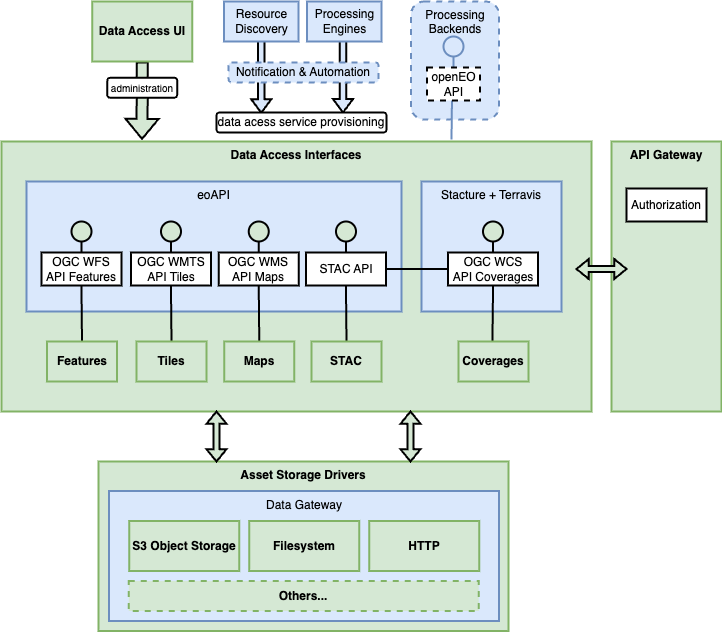
Earlier version of the draw.io export docs/diagrams/service-component-architecture.drawio.png (EOEPCA/data-access). Source tidied: cells renumbered, new cells last; positions are measured from the earlier drawing's top-left corner, leaving out a move shared by most shapes.
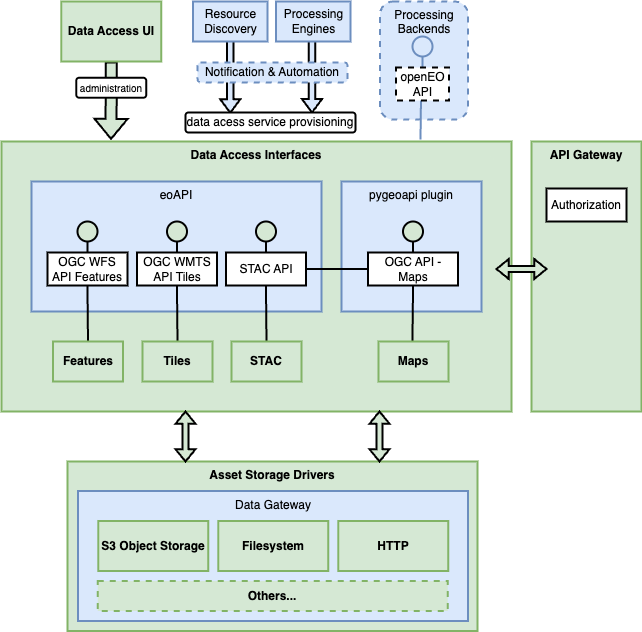
After the change.

Commit message:
Document maps plugin

Diff of the diagram source:
```diff
@@ -3,13 +3,13 @@
     <mxCell id="0" />
     <mxCell id="1" parent="0" />
     <mxCell id="2" value="Data Access Interfaces" style="rounded=0;whiteSpace=wrap;html=1;arcSize=4;verticalAlign=top;strokeWidth=2;fillColor=#d5e8d4;strokeColor=#82b366;fontStyle=1;" parent="1" vertex="1">
-      <mxGeometry y="140" width="590" height="270" as="geometry" />
+      <mxGeometry x="31" y="140" width="510" height="270" as="geometry" />
     </mxCell>
-    <mxCell id="3" value="&lt;span style=&quot;font-weight: normal;&quot;&gt;Stacture + Terravis&lt;/span&gt;" style="rounded=0;whiteSpace=wrap;html=1;fontStyle=1;strokeWidth=2;fillColor=#dae8fc;strokeColor=#6c8ebf;verticalAlign=top;" parent="1" vertex="1">
-      <mxGeometry x="420" y="180" width="140" height="130" as="geometry" />
+    <mxCell id="3" value="&lt;span style=&quot;font-weight: 400;&quot;&gt;pygeoapi plugin&lt;/span&gt;" style="rounded=0;whiteSpace=wrap;html=1;fontStyle=1;strokeWidth=2;fillColor=#dae8fc;strokeColor=#6c8ebf;verticalAlign=top;" parent="1" vertex="1">
+      <mxGeometry x="371" y="180" width="140" height="130" as="geometry" />
     </mxCell>
     <mxCell id="4" value="&lt;span style=&quot;font-weight: normal;&quot;&gt;eoAPI&lt;/span&gt;" style="rounded=0;whiteSpace=wrap;html=1;fontStyle=1;strokeWidth=2;fillColor=#dae8fc;strokeColor=#6c8ebf;verticalAlign=top;" parent="1" vertex="1">
-      <mxGeometry x="25" y="180" width="375" height="130" as="geometry" />
+      <mxGeometry x="61" y="180" width="290" height="130" as="geometry" />
     </mxCell>
     <mxCell id="5" value="Asset Storage Drivers" style="rounded=0;whiteSpace=wrap;html=1;fillColor=#d5e8d4;strokeColor=#82b366;strokeWidth=2;fontStyle=1;verticalAlign=top;" parent="1" vertex="1">
       <mxGeometry x="97" y="460" width="410" height="169.5" as="geometry" />
@@ -32,35 +32,29 @@
       <mxGeometry relative="1" as="geometry" />
     </mxCell>
     <mxCell id="11" style="ellipse;whiteSpace=wrap;html=1;strokeWidth=2;fillColor=#d5e8d4;strokeColor=#000000;" parent="1" vertex="1">
-      <mxGeometry x="70" y="220" width="20" height="20" as="geometry" />
+      <mxGeometry x="107" y="220" width="20" height="20" as="geometry" />
     </mxCell>
     <mxCell id="12" value="OGC WFS&lt;br&gt;API Features" style="rounded=0;whiteSpace=wrap;html=1;strokeWidth=2;" parent="1" vertex="1">
-      <mxGeometry x="40" y="251" width="80" height="33" as="geometry" />
+      <mxGeometry x="77" y="251" width="80" height="33" as="geometry" />
     </mxCell>
     <mxCell id="13" style="edgeStyle=orthogonalEdgeStyle;rounded=0;jettySize=auto;html=1;entryX=0.484;entryY=0.125;entryDx=0;entryDy=0;entryPerimeter=0;endArrow=none;endFill=0;strokeWidth=2;strokeColor=#000000;" parent="1" edge="1" source="14" target="32">
       <mxGeometry relative="1" as="geometry" />
     </mxCell>
     <mxCell id="14" style="ellipse;whiteSpace=wrap;html=1;strokeWidth=2;fillColor=#d5e8d4;strokeColor=#000000;" parent="1" vertex="1">
-      <mxGeometry x="481.5" y="220" width="20" height="20" as="geometry" />
+      <mxGeometry x="432.5" y="220" width="20" height="20" as="geometry" />
     </mxCell>
     <mxCell id="15" style="edgeStyle=orthogonalEdgeStyle;rounded=0;jettySize=auto;html=1;exitX=0;exitY=0.5;exitDx=0;exitDy=0;strokeWidth=2;endArrow=none;endFill=0;" parent="1" edge="1" source="16" target="45">
       <mxGeometry relative="1" as="geometry" />
     </mxCell>
-    <mxCell id="16" value="OGC WCS&lt;br&gt;API Coverages" style="rounded=0;whiteSpace=wrap;html=1;strokeWidth=2;" parent="1" vertex="1">
-      <mxGeometry x="446.5" y="251" width="90" height="33" as="geometry" />
+    <mxCell id="16" value="OGC API - Maps" style="rounded=0;whiteSpace=wrap;html=1;strokeWidth=2;" parent="1" vertex="1">
+      <mxGeometry x="397.5" y="251" width="90" height="33" as="geometry" />
     </mxCell>
     <mxCell id="17" style="edgeStyle=orthogonalEdgeStyle;rounded=0;jettySize=auto;html=1;entryX=0.5;entryY=0;entryDx=0;entryDy=0;endArrow=none;endFill=0;strokeWidth=2;strokeColor=#000000;" parent="1" edge="1" source="18" target="33">
       <mxGeometry relative="1" as="geometry" />
     </mxCell>
     <mxCell id="18" style="ellipse;whiteSpace=wrap;html=1;strokeWidth=2;fillColor=#d5e8d4;strokeColor=#000000;" parent="1" vertex="1">
-      <mxGeometry x="159.5" y="220" width="20" height="20" as="geometry" />
+      <mxGeometry x="196.5" y="220" width="20" height="20" as="geometry" />
     </mxCell>
-    <mxCell id="19" style="edgeStyle=orthogonalEdgeStyle;rounded=0;jettySize=auto;html=1;endArrow=none;endFill=0;strokeWidth=2;strokeColor=#000000;entryX=0.5;entryY=0;entryDx=0;entryDy=0;" parent="1" edge="1" source="20" target="34">
-      <mxGeometry relative="1" as="geometry" />
-    </mxCell>
-    <mxCell id="20" style="ellipse;whiteSpace=wrap;html=1;strokeWidth=2;fillColor=#d5e8d4;strokeColor=#000000;" parent="1" vertex="1">
-      <mxGeometry x="247.2" y="220" width="20" height="20" as="geometry" />
-    </mxCell>
     <mxCell id="21" value="Resource&lt;br&gt;Discovery" style="rounded=0;whiteSpace=wrap;html=1;strokeWidth=2;fillColor=#dae8fc;strokeColor=#6c8ebf;" parent="1" vertex="1">
       <mxGeometry x="222.5" width="74.5" height="40" as="geometry" />
     </mxCell>
@@ -80,11 +74,8 @@
       <mxGeometry x="442" y="35" width="20" height="20" as="geometry" />
     </mxCell>
     <mxCell id="27" value="OGC WMTS&lt;br&gt;API Tiles" style="rounded=0;whiteSpace=wrap;html=1;strokeWidth=2;" parent="1" vertex="1">
-      <mxGeometry x="129.5" y="251" width="80" height="33" as="geometry" />
+      <mxGeometry x="166.5" y="251" width="80" height="33" as="geometry" />
     </mxCell>
-    <mxCell id="28" value="OGC WMS&lt;br&gt;API Maps" style="rounded=0;whiteSpace=wrap;html=1;strokeWidth=2;" parent="1" vertex="1">
-      <mxGeometry x="217.2" y="251" width="80" height="33" as="geometry" />
-    </mxCell>
     <mxCell id="29" style="edgeStyle=orthogonalEdgeStyle;rounded=0;jettySize=auto;html=1;endArrow=none;endFill=0;strokeWidth=2;strokeColor=#6c8ebf;fillColor=#dae8fc;exitX=0.5;exitY=1;exitDx=0;exitDy=0;" parent="1" edge="1" source="26">
       <mxGeometry relative="1" as="geometry">
         <mxPoint x="450" y="138" as="targetPoint" />
@@ -94,17 +85,14 @@
       <mxGeometry x="425.5" y="66" width="53" height="33" as="geometry" />
     </mxCell>
     <mxCell id="31" value="Features" style="rounded=0;whiteSpace=wrap;html=1;fontStyle=1;strokeWidth=2;fillColor=#d5e8d4;strokeColor=#82b366;" parent="1" vertex="1">
-      <mxGeometry x="45.5" y="340" width="70" height="40" as="geometry" />
+      <mxGeometry x="82.5" y="340" width="70" height="40" as="geometry" />
     </mxCell>
-    <mxCell id="32" value="Coverages" style="rounded=0;whiteSpace=wrap;html=1;fontStyle=1;strokeWidth=2;fillColor=#d5e8d4;strokeColor=#82b366;" parent="1" vertex="1">
-      <mxGeometry x="457" y="340" width="70" height="40" as="geometry" />
+    <mxCell id="32" value="Maps" style="rounded=0;whiteSpace=wrap;html=1;fontStyle=1;strokeWidth=2;fillColor=#d5e8d4;strokeColor=#82b366;" parent="1" vertex="1">
+      <mxGeometry x="408" y="340" width="70" height="40" as="geometry" />
     </mxCell>
     <mxCell id="33" value="Tiles" style="rounded=0;whiteSpace=wrap;html=1;fontStyle=1;strokeWidth=2;fillColor=#d5e8d4;strokeColor=#82b366;" parent="1" vertex="1">
-      <mxGeometry x="135" y="340" width="70" height="40" as="geometry" />
+      <mxGeometry x="172" y="340" width="70" height="40" as="geometry" />
     </mxCell>
-    <mxCell id="34" value="Maps" style="rounded=0;whiteSpace=wrap;html=1;fontStyle=1;strokeWidth=2;fillColor=#d5e8d4;strokeColor=#82b366;" parent="1" vertex="1">
-      <mxGeometry x="222.8" y="340" width="70" height="40" as="geometry" />
-    </mxCell>
     <mxCell id="35" value="Data Access UI" style="rounded=0;whiteSpace=wrap;html=1;fillColor=#d5e8d4;strokeColor=#82b366;strokeWidth=2;fontStyle=1;" parent="1" vertex="1">
       <mxGeometry x="90.8" width="100" height="60" as="geometry" />
     </mxCell>
@@ -133,22 +121,22 @@
       <mxGeometry relative="1" as="geometry" />
     </mxCell>
     <mxCell id="44" style="ellipse;whiteSpace=wrap;html=1;strokeWidth=2;fillColor=#d5e8d4;strokeColor=#000000;" parent="1" vertex="1">
-      <mxGeometry x="334.5" y="220" width="20" height="20" as="geometry" />
+      <mxGeometry x="285.5" y="220" width="20" height="20" as="geometry" />
     </mxCell>
     <mxCell id="45" value="STAC API" style="rounded=0;whiteSpace=wrap;html=1;strokeWidth=2;" parent="1" vertex="1">
-      <mxGeometry x="304.5" y="251" width="80" height="33" as="geometry" />
+      <mxGeometry x="255.5" y="251" width="80" height="33" as="geometry" />
     </mxCell>
     <mxCell id="46" value="STAC" style="rounded=0;whiteSpace=wrap;html=1;fontStyle=1;strokeWidth=2;fillColor=#d5e8d4;strokeColor=#82b366;" parent="1" vertex="1">
-      <mxGeometry x="310" y="340" width="70" height="40" as="geometry" />
+      <mxGeometry x="261" y="340" width="70" height="40" as="geometry" />
     </mxCell>
     <mxCell id="47" value="API Gateway" style="rounded=0;whiteSpace=wrap;html=1;arcSize=4;verticalAlign=top;strokeWidth=2;fillColor=#d5e8d4;strokeColor=#82b366;fontStyle=1;" parent="1" vertex="1">
-      <mxGeometry x="610" y="140" width="110" height="270" as="geometry" />
+      <mxGeometry x="561" y="140" width="110" height="270" as="geometry" />
     </mxCell>
     <mxCell id="48" value="Authorization" style="rounded=0;whiteSpace=wrap;html=1;strokeWidth=2;" parent="1" vertex="1">
-      <mxGeometry x="625" y="187" width="80" height="33" as="geometry" />
+      <mxGeometry x="576" y="187" width="80" height="33" as="geometry" />
     </mxCell>
     <mxCell id="49" style="html=1;shadow=0;dashed=0;align=center;verticalAlign=middle;shape=mxgraph.arrows2.twoWayArrow;dy=0.69;dx=12.29;direction=south;strokeWidth=2;strokeColor=#000000;fillColor=#d5e8d4;rotation=90;" parent="1" vertex="1">
-      <mxGeometry x="590" y="242.5" width="20" height="50" as="geometry" />
+      <mxGeometry x="541" y="242.5" width="20" height="50" as="geometry" />
     </mxCell>
   </root>
 </mxGraphModel>
```
